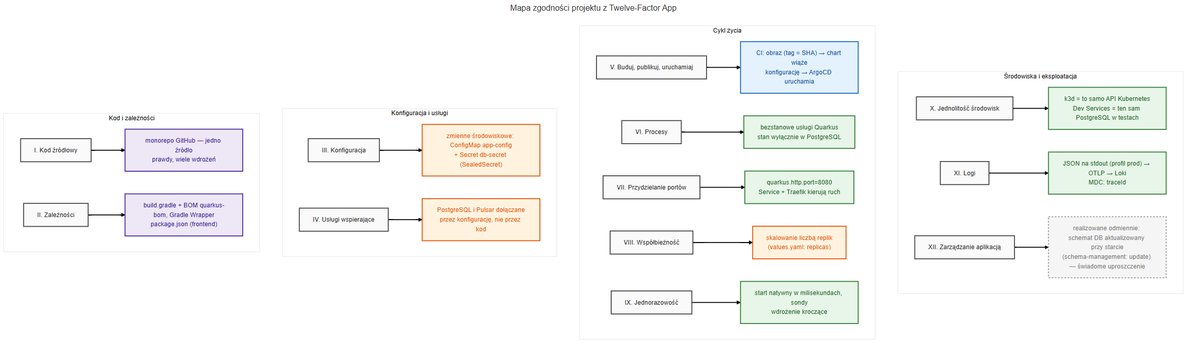
Before: thesis/img/diagrams/01-teoria/teoria-01-twelve-factor.png, a diagram exported from Mermaid (mwas-inz/bsc-devops). Its source is kept beside it as docs/diagrams/01-teoria/teoria-01-twelve-factor.mmd. Source of this version:
```mermaid
---
title: Mapa zgodności projektu z Twelve-Factor App
config:
  theme: neo
---
flowchart LR
    subgraph g1["Kod i zależności"]
        direction LR
        f1["I. Kod źródłowy"] --> i1["monorepo GitHub — jedno źródło<br/>prawdy, wiele wdrożeń"]
        f2["II. Zależności"] --> i2["build.gradle + BOM quarkus-bom, Gradle Wrapper<br/>package.json (frontend)"]
    end

    subgraph g2["Konfiguracja i usługi"]
        direction LR
        f3["III. Konfiguracja"] --> i3["zmienne środowiskowe: ConfigMap app-config<br/>+ Secret db-secret (SealedSecret)"]
        f4["IV. Usługi wspierające"] --> i4["PostgreSQL i Pulsar dołączane<br/>przez konfigurację, nie przez kod"]
    end

    subgraph g3["Cykl życia"]
        direction LR
        f5["V. Buduj, publikuj, uruchamiaj"] --> i5["CI: obraz (tag = SHA) → chart wiąże<br/>konfigurację → ArgoCD uruchamia"]
        f6["VI. Procesy"] --> i6["bezstanowe usługi Quarkus<br/>stan wyłącznie w PostgreSQL"]
        f7["VII. Przydzielanie portów"] --> i7["quarkus.http.port=8080<br/>Service + Traefik kierują ruch"]
        f8["VIII. Współbieżność"] --> i8["skalowanie liczbą replik<br/>(values.yaml: replicas)"]
        f9["IX. Jednorazowość"] --> i9["start natywny w milisekundach, sondy<br/>wdrożenie kroczące"]
    end

    subgraph g4["Środowiska i eksploatacja"]
        direction LR
        f10["X. Jednolitość środowisk"] --> i10["k3d = to samo API Kubernetes<br/>Dev Services = ten sam PostgreSQL w testach"]
        f11["XI. Logi"] --> i11["JSON na stdout (profil prod) → OTLP → Loki<br/>MDC: traceId"]
        f12["XII. Zarządzanie aplikacją"] --> i12["realizowane odmiennie: schemat DB aktualizowany przy starcie<br/>(schema-management: update) — świadome uproszczenie"]
    end

    g1 ~~~ g2 ~~~ g3 ~~~ g4

    classDef factor fill:#fafafa,stroke:#424242,color:#212121;
    classDef git fill:#ede7f6,stroke:#4527a0,color:#311b92;
    classDef cfg fill:#fff3e0,stroke:#e65100,color:#e65100;
    classDef ci fill:#e3f2fd,stroke:#1565c0,color:#0d47a1;
    classDef k8s fill:#e8f5e9,stroke:#2e7d32,color:#1b5e20;
    classDef dev fill:#f5f5f5,stroke:#9e9e9e,color:#757575,stroke-dasharray: 4 3;

    class f1,f2,f3,f4,f5,f6,f7,f8,f9,f10,f11,f12 factor;
    class i1,i2 git;
    class i3,i4,i8 cfg;
    class i5 ci;
    class i6,i7,i9,i10,i11 k8s;
    class i12 dev;
```
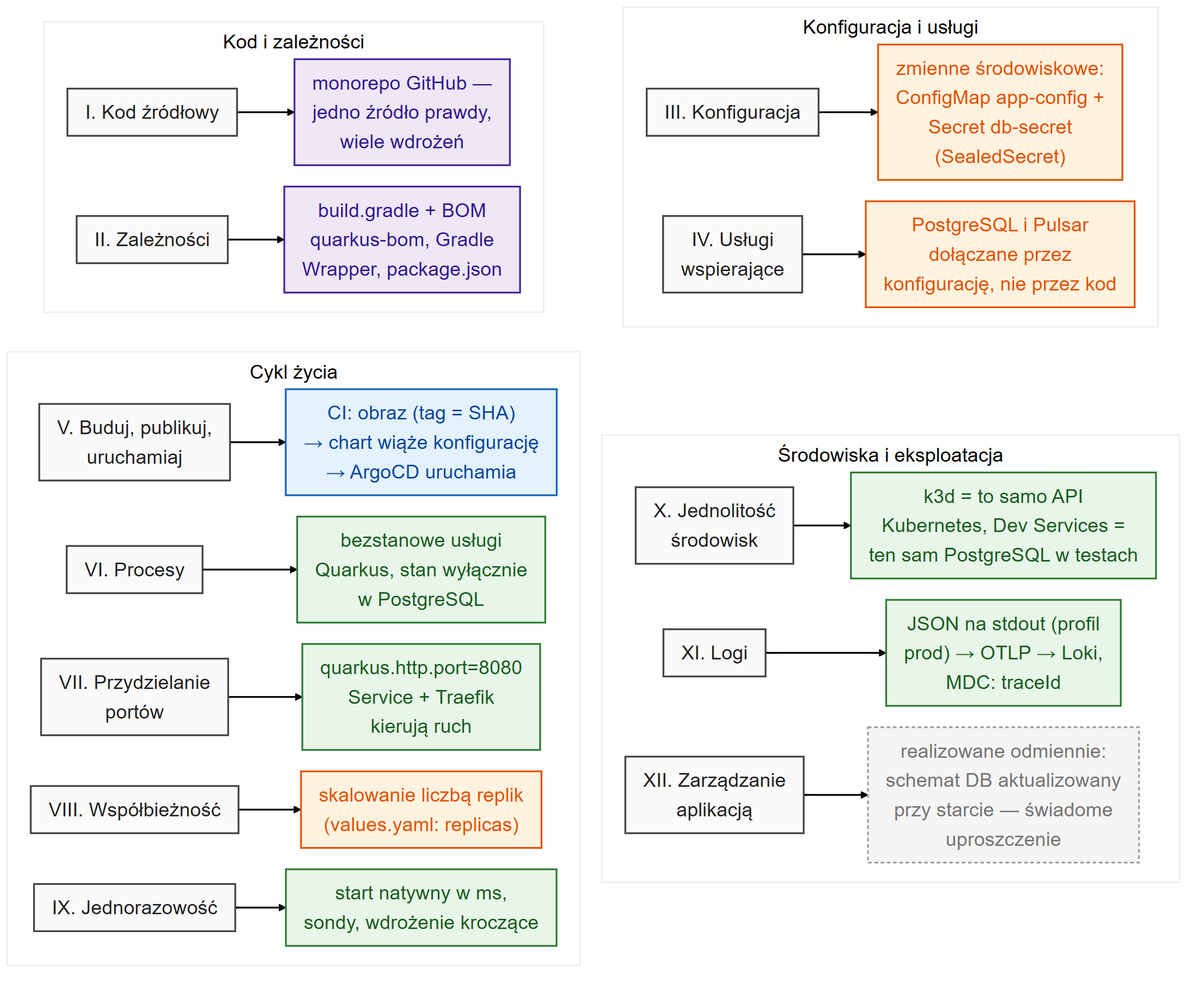
Later version of the same file.

What changed in the source:
```diff
@@ -1,38 +1,49 @@
 ---
-title: Mapa zgodności projektu z Twelve-Factor App
 config:
   theme: neo
+  themeVariables:
+    fontSize: 22px
+  flowchart:
+    nodeSpacing: 24
+    rankSpacing: 28
+    padding: 10
+    subGraphTitleMargin:
+      top: 6
+      bottom: 14
+    diagramPadding: 8
+    wrappingWidth: 600
 ---
-flowchart LR
+flowchart TB
+    subgraph g2["Konfiguracja i usługi"]
+        direction LR
+        f3["III. Konfiguracja"] --> i3["zmienne środowiskowe:<br/>ConfigMap app-config +<br/>Secret db-secret<br/>(SealedSecret)"]
+        f4["IV. Usługi<br/>wspierające"] --> i4["PostgreSQL i Pulsar<br/>dołączane przez<br/>konfigurację, nie przez kod"]
+    end
+
+    subgraph g4["Środowiska i eksploatacja"]
+        direction LR
+        f10["X. Jednolitość<br/>środowisk"] --> i10["k3d = to samo API<br/>Kubernetes, Dev Services =<br/>ten sam PostgreSQL w testach"]
+        f11["XI. Logi"] --> i11["JSON na stdout (profil<br/>prod) → OTLP → Loki,<br/>MDC: traceId"]
+        f12["XII. Zarządzanie<br/>aplikacją"] --> i12["realizowane odmiennie:<br/>schemat DB aktualizowany<br/>przy starcie — świadome<br/>uproszczenie"]
+    end
+
     subgraph g1["Kod i zależności"]
         direction LR
-        f1["I. Kod źródłowy"] --> i1["monorepo GitHub — jedno źródło<br/>prawdy, wiele wdrożeń"]
-        f2["II. Zależności"] --> i2["build.gradle + BOM quarkus-bom, Gradle Wrapper<br/>package.json (frontend)"]
-    end
-
-    subgraph g2["Konfiguracja i usługi"]
-        direction LR
-        f3["III. Konfiguracja"] --> i3["zmienne środowiskowe: ConfigMap app-config<br/>+ Secret db-secret (SealedSecret)"]
-        f4["IV. Usługi wspierające"] --> i4["PostgreSQL i Pulsar dołączane<br/>przez konfigurację, nie przez kod"]
+        f1["I. Kod źródłowy"] --> i1["monorepo GitHub —<br/>jedno źródło prawdy,<br/>wiele wdrożeń"]
+        f2["II. Zależności"] --> i2["build.gradle + BOM<br/>quarkus-bom, Gradle<br/>Wrapper, package.json"]
     end
 
     subgraph g3["Cykl życia"]
         direction LR
-        f5["V. Buduj, publikuj, uruchamiaj"] --> i5["CI: obraz (tag = SHA) → chart wiąże<br/>konfigurację → ArgoCD uruchamia"]
-        f6["VI. Procesy"] --> i6["bezstanowe usługi Quarkus<br/>stan wyłącznie w PostgreSQL"]
-        f7["VII. Przydzielanie portów"] --> i7["quarkus.http.port=8080<br/>Service + Traefik kierują ruch"]
+        f5["V. Buduj, publikuj,<br/>uruchamiaj"] --> i5["CI: obraz (tag = SHA)<br/>→ chart wiąże konfigurację<br/>→ ArgoCD uruchamia"]
+        f6["VI. Procesy"] --> i6["bezstanowe usługi<br/>Quarkus, stan wyłącznie<br/>w PostgreSQL"]
+        f7["VII. Przydzielanie<br/>portów"] --> i7["quarkus.http.port=8080<br/>Service + Traefik<br/>kierują ruch"]
         f8["VIII. Współbieżność"] --> i8["skalowanie liczbą replik<br/>(values.yaml: replicas)"]
-        f9["IX. Jednorazowość"] --> i9["start natywny w milisekundach, sondy<br/>wdrożenie kroczące"]
+        f9["IX. Jednorazowość"] --> i9["start natywny w ms,<br/>sondy, wdrożenie kroczące"]
     end
 
-    subgraph g4["Środowiska i eksploatacja"]
-        direction LR
-        f10["X. Jednolitość środowisk"] --> i10["k3d = to samo API Kubernetes<br/>Dev Services = ten sam PostgreSQL w testach"]
-        f11["XI. Logi"] --> i11["JSON na stdout (profil prod) → OTLP → Loki<br/>MDC: traceId"]
-        f12["XII. Zarządzanie aplikacją"] --> i12["realizowane odmiennie: schemat DB aktualizowany przy starcie<br/>(schema-management: update) — świadome uproszczenie"]
-    end
-
-    g1 ~~~ g2 ~~~ g3 ~~~ g4
+    g1 ~~~ g3
+    g2 ~~~ g4
 
     classDef factor fill:#fafafa,stroke:#424242,color:#212121;
     classDef git fill:#ede7f6,stroke:#4527a0,color:#311b92;
```
